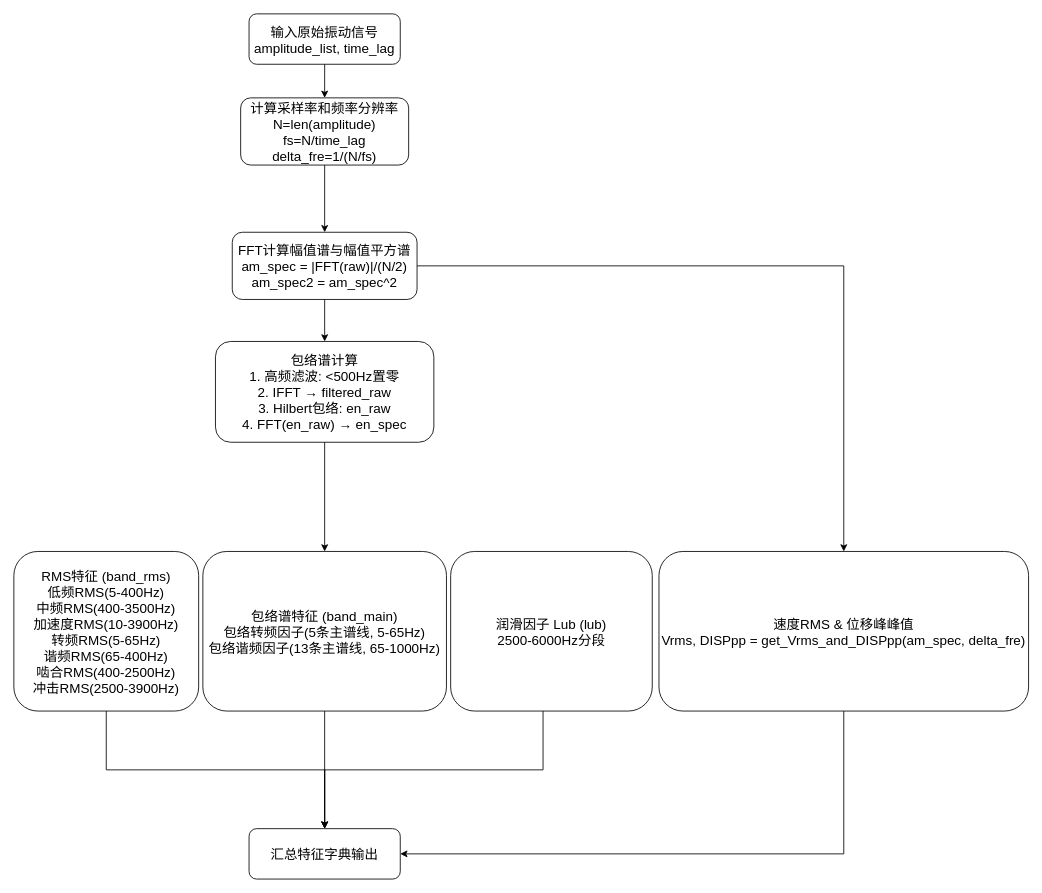
This is 振动信号特征提取.drawio from 729973389/picture, a draw.io file, before an edit. Source tidied: cells renumbered, new cells numbered last; positions are measured from the earlier drawing's top-left corner, leaving out a move shared by most shapes. Both pictures are drawn from the tidied source at 84%, with x=0, y=0 at pixel (13, 13).
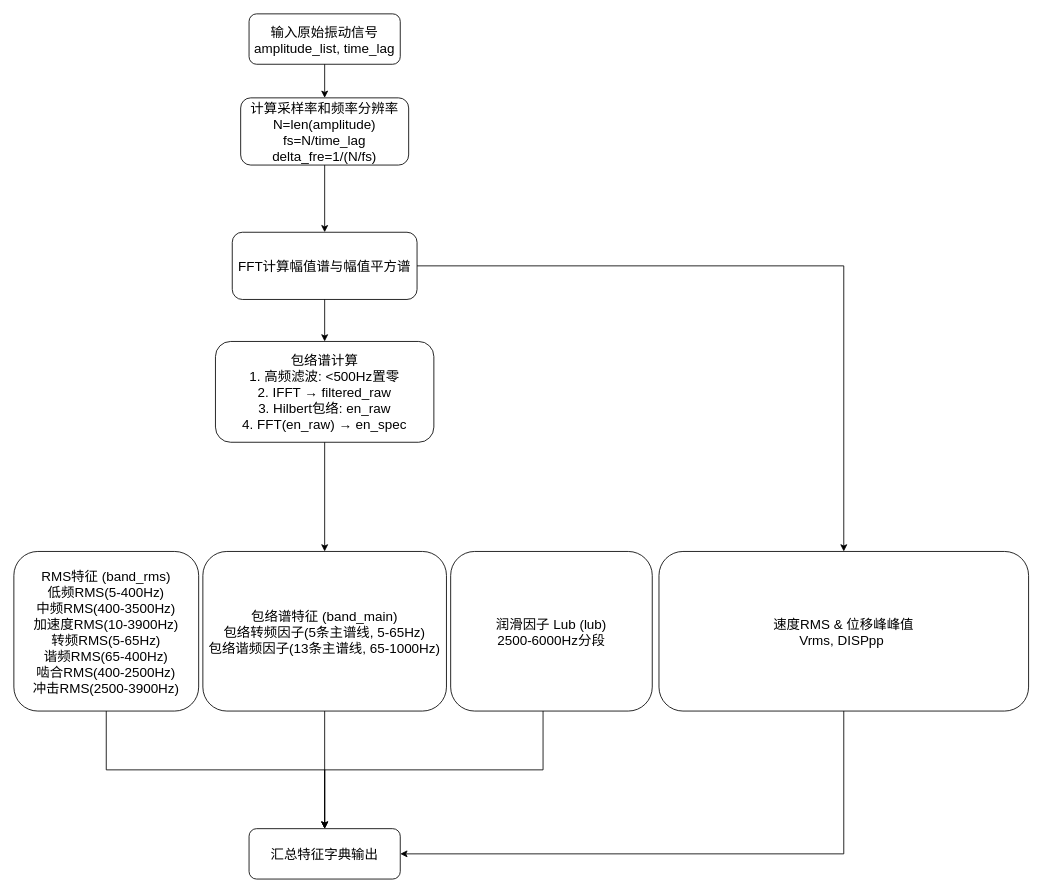
After the change.

Commit message:
更新振动信号特征提取.drawio

What changed in the source:
```diff
@@
-    <mxCell id="5" value="FFT计算幅值谱与幅值平方谱 &#10;am_spec = |FFT(raw)|/(N/2) &#10;am_spec2 = am_spec^2" style="rounded=1;fontSize=16;" parent="1" vertex="1">
+    <mxCell id="5" value="FFT计算幅值谱与幅值平方谱" style="rounded=1;fontSize=16;" parent="1" vertex="1">
       <mxGeometry x="260" y="260" width="220" height="80" as="geometry" />
     </mxCell>
@@
-    <mxCell id="14" value="速度RMS &amp; 位移峰峰值 &#10;Vrms, DISPpp = get_Vrms_and_DISPpp(am_spec, delta_fre)" style="rounded=1;fontSize=16;" parent="1" vertex="1">
+    <mxCell id="14" value="速度RMS &amp; 位移峰峰值 &#10;Vrms, DISPpp " style="rounded=1;fontSize=16;" parent="1" vertex="1">
       <mxGeometry x="768" y="640" width="440" height="190" as="geometry" />
     </mxCell>
```
